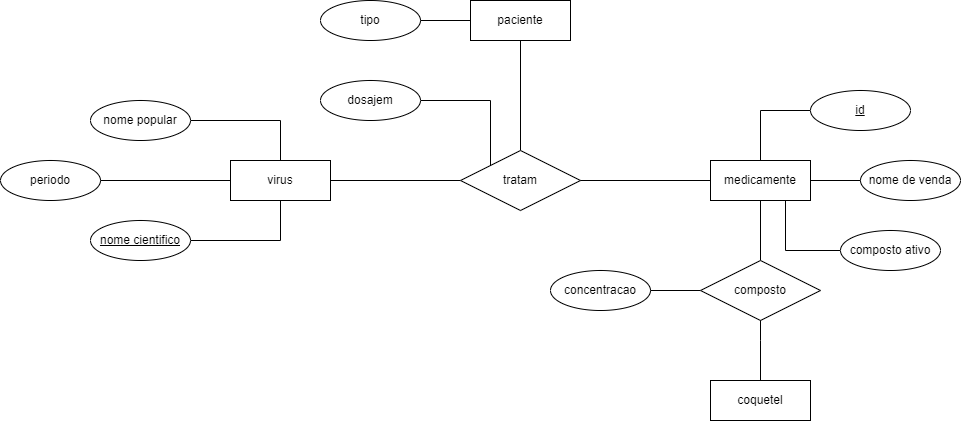
The draw.io diagram puc2024.2/bcd/cardinalidades/farmacia.drawio.png in batista29/puc, before a commit. Source tidied: cells renumbered, new cells last; positions are measured from the earlier drawing's top-left corner, leaving out a move shared by most shapes.
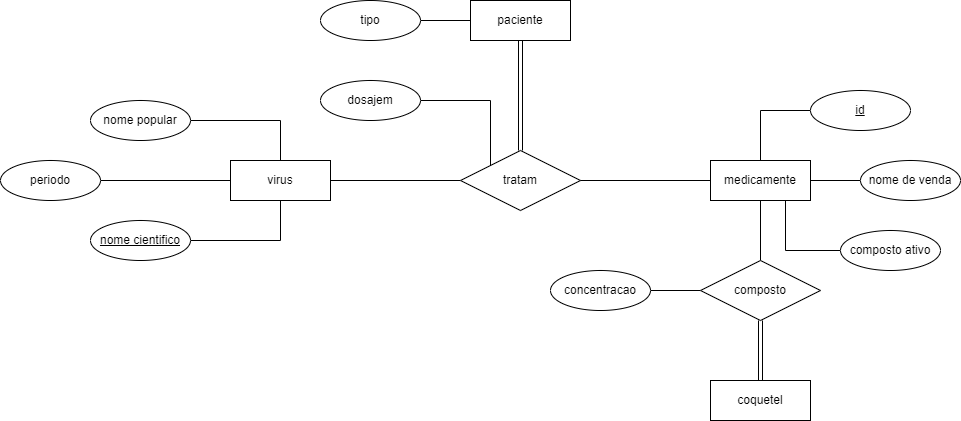
The same file after the commit.

The edit, as a diff of the source:
```diff
@@ -8,7 +8,7 @@
     <mxCell id="3" value="virus" style="whiteSpace=wrap;html=1;align=center;" parent="1" vertex="1">
       <mxGeometry x="230" y="160" width="100" height="40" as="geometry" />
     </mxCell>
-    <mxCell id="4" style="edgeStyle=orthogonalEdgeStyle;rounded=0;jettySize=auto;html=1;entryX=0.5;entryY=0;entryDx=0;entryDy=0;endArrow=none;endFill=0;" parent="1" edge="1" source="5" target="18">
+    <mxCell id="4" style="edgeStyle=orthogonalEdgeStyle;rounded=0;jettySize=auto;html=1;entryX=0.5;entryY=0;entryDx=0;entryDy=0;endArrow=none;endFill=0;shape=link;" parent="1" edge="1" source="5" target="18">
       <mxGeometry relative="1" as="geometry" />
     </mxCell>
     <mxCell id="5" value="paciente" style="whiteSpace=wrap;html=1;align=center;" parent="1" vertex="1">
@@ -41,13 +41,8 @@
     <mxCell id="14" value="composto" style="shape=rhombus;perimeter=rhombusPerimeter;whiteSpace=wrap;html=1;align=center;" parent="1" vertex="1">
       <mxGeometry x="700" y="260" width="120" height="60" as="geometry" />
     </mxCell>
-    <mxCell id="15" style="edgeStyle=orthogonalEdgeStyle;rounded=0;jettySize=auto;html=1;endArrow=none;endFill=0;" parent="1" edge="1" source="16" target="14">
-      <mxGeometry relative="1" as="geometry">
-        <Array as="points">
-          <mxPoint x="760" y="340" />
-          <mxPoint x="760" y="340" />
-        </Array>
-      </mxGeometry>
+    <mxCell id="15" style="edgeStyle=orthogonalEdgeStyle;rounded=0;jettySize=auto;html=1;endArrow=none;endFill=0;shape=link;" parent="1" edge="1" source="16" target="14">
+      <mxGeometry relative="1" as="geometry" />
     </mxCell>
     <mxCell id="16" value="coquetel" style="whiteSpace=wrap;html=1;align=center;" parent="1" vertex="1">
       <mxGeometry x="710" y="380" width="100" height="40" as="geometry" />
```
